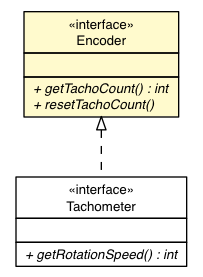
The Graphviz diagram docs/api/lejos/robotics/Encoder.png in ev3dev-lang-java/ev3dev-lang-java, before a commit. Its source is kept beside it as docs/api/lejos/robotics/Encoder.dot.
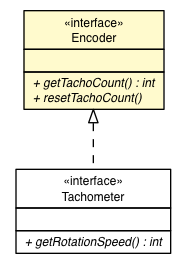
After the change.

What changed in the source:
```diff
@@ -4,7 +4,7 @@
 	node [fontname="Helvetica",fontsize=10,shape=plaintext];
 	nodesep=0.25;
 	ranksep=0.5;
-	c4242 [label=<<table title="lejos.robotics.Encoder" border="0" cellborder="1" cellspacing="0" cellpadding="2" port="p" bgcolor="lemonChiffon" href="./Encoder.html">
+	c4246 [label=<<table title="lejos.robotics.Encoder" border="0" cellborder="1" cellspacing="0" cellpadding="2" port="p" bgcolor="lemonChiffon" href="./Encoder.html">
 		<tr><td><table border="0" cellspacing="0" cellpadding="1">
 <tr><td align="center" balign="center"> &#171;interface&#187; </td></tr>
 <tr><td align="center" balign="center"> Encoder </td></tr>
@@ -13,11 +13,11 @@
 <tr><td align="left" balign="left">  </td></tr>
 		</table></td></tr>
 		<tr><td><table border="0" cellspacing="0" cellpadding="1">
-<tr><td align="left" balign="left"><font face="Helvetica-Oblique" point-size="10.0"> + getTachoCount() : int </font></td></tr>
-<tr><td align="left" balign="left"><font face="Helvetica-Oblique" point-size="10.0"> + resetTachoCount() </font></td></tr>
+<tr><td align="left" balign="left"><font face="Helvetica-Oblique" point-size="9.0"> + getTachoCount() : int </font></td></tr>
+<tr><td align="left" balign="left"><font face="Helvetica-Oblique" point-size="9.0"> + resetTachoCount() </font></td></tr>
 		</table></td></tr>
-		</table>>, URL="./Encoder.html", fontname="Helvetica", fontcolor="black", fontsize=10.0];
-	c4246 [label=<<table title="lejos.robotics.Tachometer" border="0" cellborder="1" cellspacing="0" cellpadding="2" port="p" href="./Tachometer.html">
+		</table>>, URL="./Encoder.html", fontname="Helvetica", fontcolor="black", fontsize=9.0];
+	c4250 [label=<<table title="lejos.robotics.Tachometer" border="0" cellborder="1" cellspacing="0" cellpadding="2" port="p" href="./Tachometer.html">
 		<tr><td><table border="0" cellspacing="0" cellpadding="1">
 <tr><td align="center" balign="center"> &#171;interface&#187; </td></tr>
 <tr><td align="center" balign="center"> Tachometer </td></tr>
@@ -26,8 +26,8 @@
 <tr><td align="left" balign="left">  </td></tr>
 		</table></td></tr>
 		<tr><td><table border="0" cellspacing="0" cellpadding="1">
-<tr><td align="left" balign="left"><font face="Helvetica-Oblique" point-size="10.0"> + getRotationSpeed() : int </font></td></tr>
+<tr><td align="left" balign="left"><font face="Helvetica-Oblique" point-size="9.0"> + getRotationSpeed() : int </font></td></tr>
 		</table></td></tr>
-		</table>>, URL="./Tachometer.html", fontname="Helvetica", fontcolor="black", fontsize=10.0];
-	c4242:p -> c4246:p [dir=back,arrowtail=empty,style=dashed];
+		</table>>, URL="./Tachometer.html", fontname="Helvetica", fontcolor="black", fontsize=9.0];
+	c4246:p -> c4250:p [dir=back,arrowtail=empty,style=dashed];
 }
```
